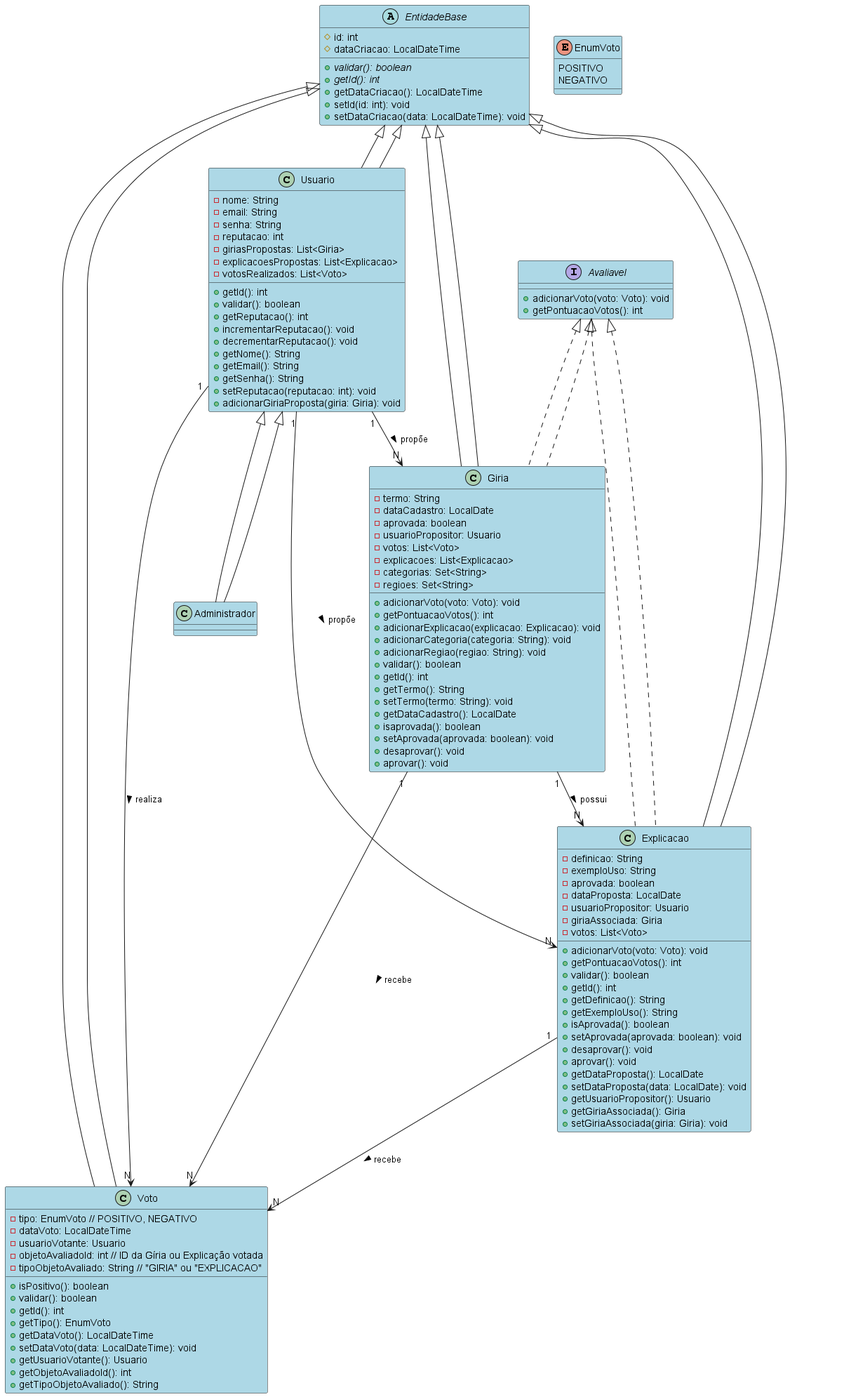
This is modelagem/modelagem.png from Arthur-jpg/AP2_POO_FINAL, a PlantUML export, as it was before one commit. The source it was exported from:
```plantuml
@startuml
!define interface_color #ADD1B2
!define abstract_color #FFD700
!define concrete_color #LightBlue

skinparam class {
    BackgroundColor concrete_color
}
skinparam abstract {
    BackgroundColor abstract_color
}
skinparam interface {
    BackgroundColor interface_color
}

abstract class EntidadeBase {
    # id: int
    # dataCriacao: LocalDateTime
    + {abstract} validar(): boolean
    + {abstract} getId(): int
    + getDataCriacao(): LocalDateTime
    + setId(id: int): void
    + setDataCriacao(data: LocalDateTime): void
}

interface Avaliavel {
    + adicionarVoto(voto: Voto): void
    + getPontuacaoVotos(): int
}

class Usuario extends EntidadeBase {
    - nome: String
    - email: String
    - senha: String
    - reputacao: int
    - giriasPropostas: List<Giria>
    - explicacoesPropostas: List<Explicacao>
    - votosRealizados: List<Voto>
    + getId(): int
    + validar(): boolean
    + getReputacao(): int
    + incrementarReputacao(): void
    + decrementarReputacao(): void
    + getNome(): String
    + getEmail(): String
    + getSenha(): String
    + setReputacao(reputacao: int): void
    + adicionarGiriaProposta(giria: Giria): void


}

class Administrador extends Usuario {

}

class Giria extends EntidadeBase implements Avaliavel {
    - termo: String
    - dataCadastro: LocalDate
    - aprovada: boolean
    - usuarioPropositor: Usuario
    - votos: List<Voto>
    - explicacoes: List<Explicacao>
    - categorias: Set<String>
    - regioes: Set<String>
    + adicionarVoto(voto: Voto): void
    + getPontuacaoVotos(): int
    + adicionarExplicacao(explicacao: Explicacao): void
    + adicionarCategoria(categoria: String): void
    + adicionarRegiao(regiao: String): void
    + validar(): boolean
    + getId(): int
    + getTermo(): String
    + setTermo(termo: String): void
    + getDataCadastro(): LocalDate
    + isaprovada(): boolean
    + setAprovada(aprovada: boolean): void
    + desaprovar(): void
    + aprovar(): void
}

class Explicacao extends EntidadeBase implements Avaliavel {
    - definicao: String
    - exemploUso: String
    - aprovada: boolean
    - dataProposta: LocalDate
    - usuarioPropositor: Usuario
    - giriaAssociada: Giria
    - votos: List<Voto>
    + adicionarVoto(voto: Voto): void
    + getPontuacaoVotos(): int
    + validar(): boolean
    + getId(): int
    + getDefinicao(): String
    + getExemploUso(): String
    + isAprovada(): boolean
    + setAprovada(aprovada: boolean): void
    + desaprovar(): void
    + aprovar(): void
    + getDataProposta(): LocalDate
    + setDataProposta(data: LocalDate): void
    + getUsuarioPropositor(): Usuario
    + getGiriaAssociada(): Giria
    + setGiriaAssociada(giria: Giria): void
}

class Voto extends EntidadeBase {
    - tipo: EnumVoto // POSITIVO, NEGATIVO
    - dataVoto: LocalDateTime
    - usuarioVotante: Usuario
    - objetoAvaliadoId: int // ID da Gíria ou Explicação votada
    - tipoObjetoAvaliado: String // "GIRIA" ou "EXPLICACAO"
    + isPositivo(): boolean
    + validar(): boolean
    + getId(): int
    + getTipo(): EnumVoto
    + getDataVoto(): LocalDateTime
    + setDataVoto(data: LocalDateTime): void
    + getUsuarioVotante(): Usuario
    + getObjetoAvaliadoId(): int
    + getTipoObjetoAvaliado(): String
}

enum EnumVoto {
    POSITIVO
    NEGATIVO
}

EntidadeBase <|-- Usuario
EntidadeBase <|-- Giria
EntidadeBase <|-- Explicacao
EntidadeBase <|-- Voto

Avaliavel <|.. Giria
Avaliavel <|.. Explicacao

Usuario <|-- Administrador

Usuario "1" --> "N" Giria : propõe >
Usuario "1" --> "N" Explicacao : propõe >
Usuario "1" --> "N" Voto : realiza >

Giria "1" --> "N" Explicacao : possui >
Giria "1" --> "N" Voto : recebe >
Explicacao "1" --> "N" Voto : recebe >

@enduml
```
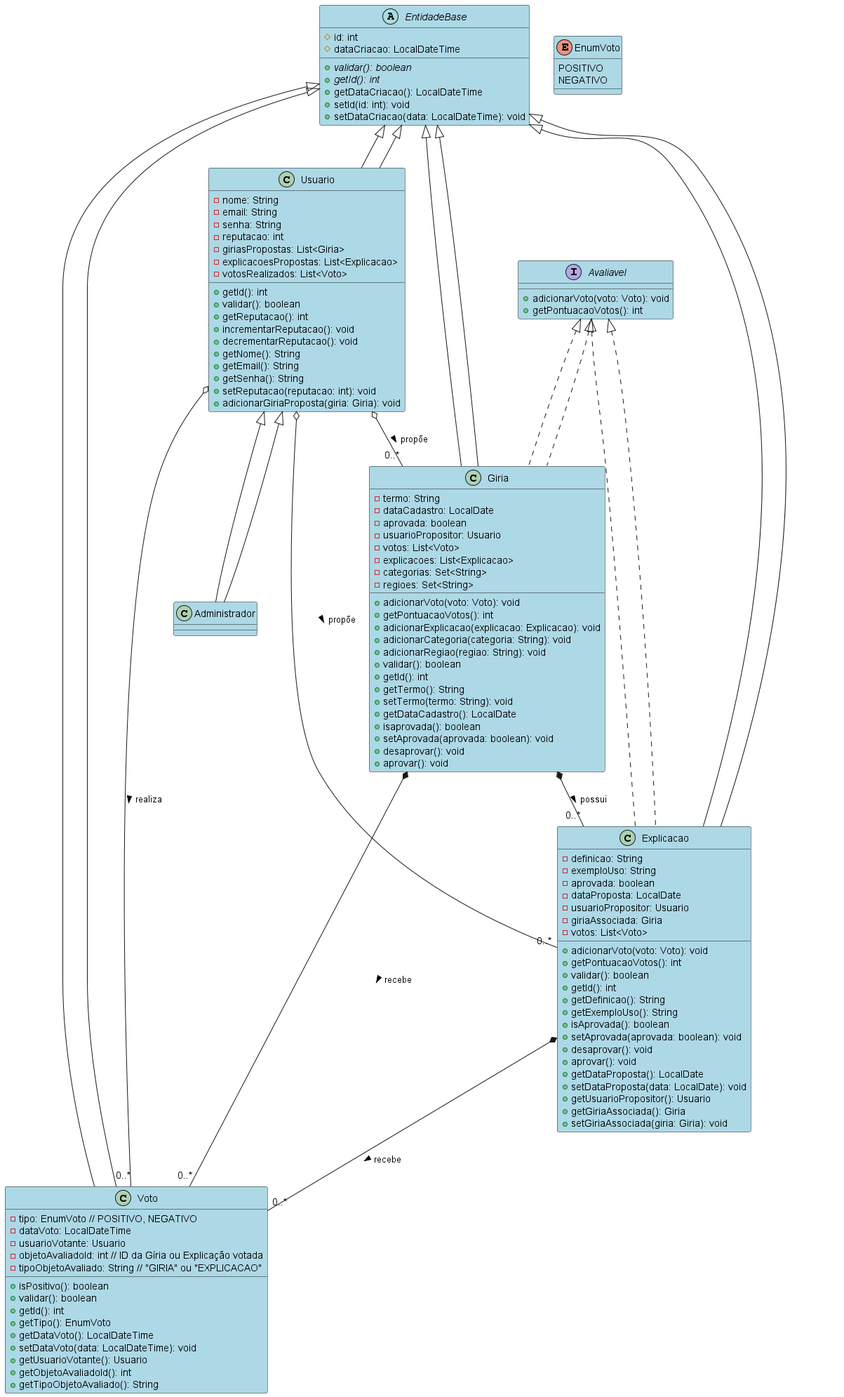
After the change.

Change to the diagram source:
```diff
@@ -46,8 +46,6 @@
     + getSenha(): String
     + setReputacao(reputacao: int): void
     + adicionarGiriaProposta(giria: Giria): void
-
-
 }
 
 class Administrador extends Usuario {
@@ -136,12 +134,12 @@
 
 Usuario <|-- Administrador
 
-Usuario "1" --> "N" Giria : propõe >
-Usuario "1" --> "N" Explicacao : propõe >
-Usuario "1" --> "N" Voto : realiza >
+Usuario o-- "0..*" Giria : propõe >
+Usuario o-- "0..*" Explicacao : propõe >
+Usuario o-- "0..*" Voto : realiza >
 
-Giria "1" --> "N" Explicacao : possui >
-Giria "1" --> "N" Voto : recebe >
-Explicacao "1" --> "N" Voto : recebe >
+Giria *-- "0..*" Explicacao : possui >
+Giria *-- "0..*" Voto : recebe >
+Explicacao *-- "0..*" Voto : recebe >
 
 @enduml
```
